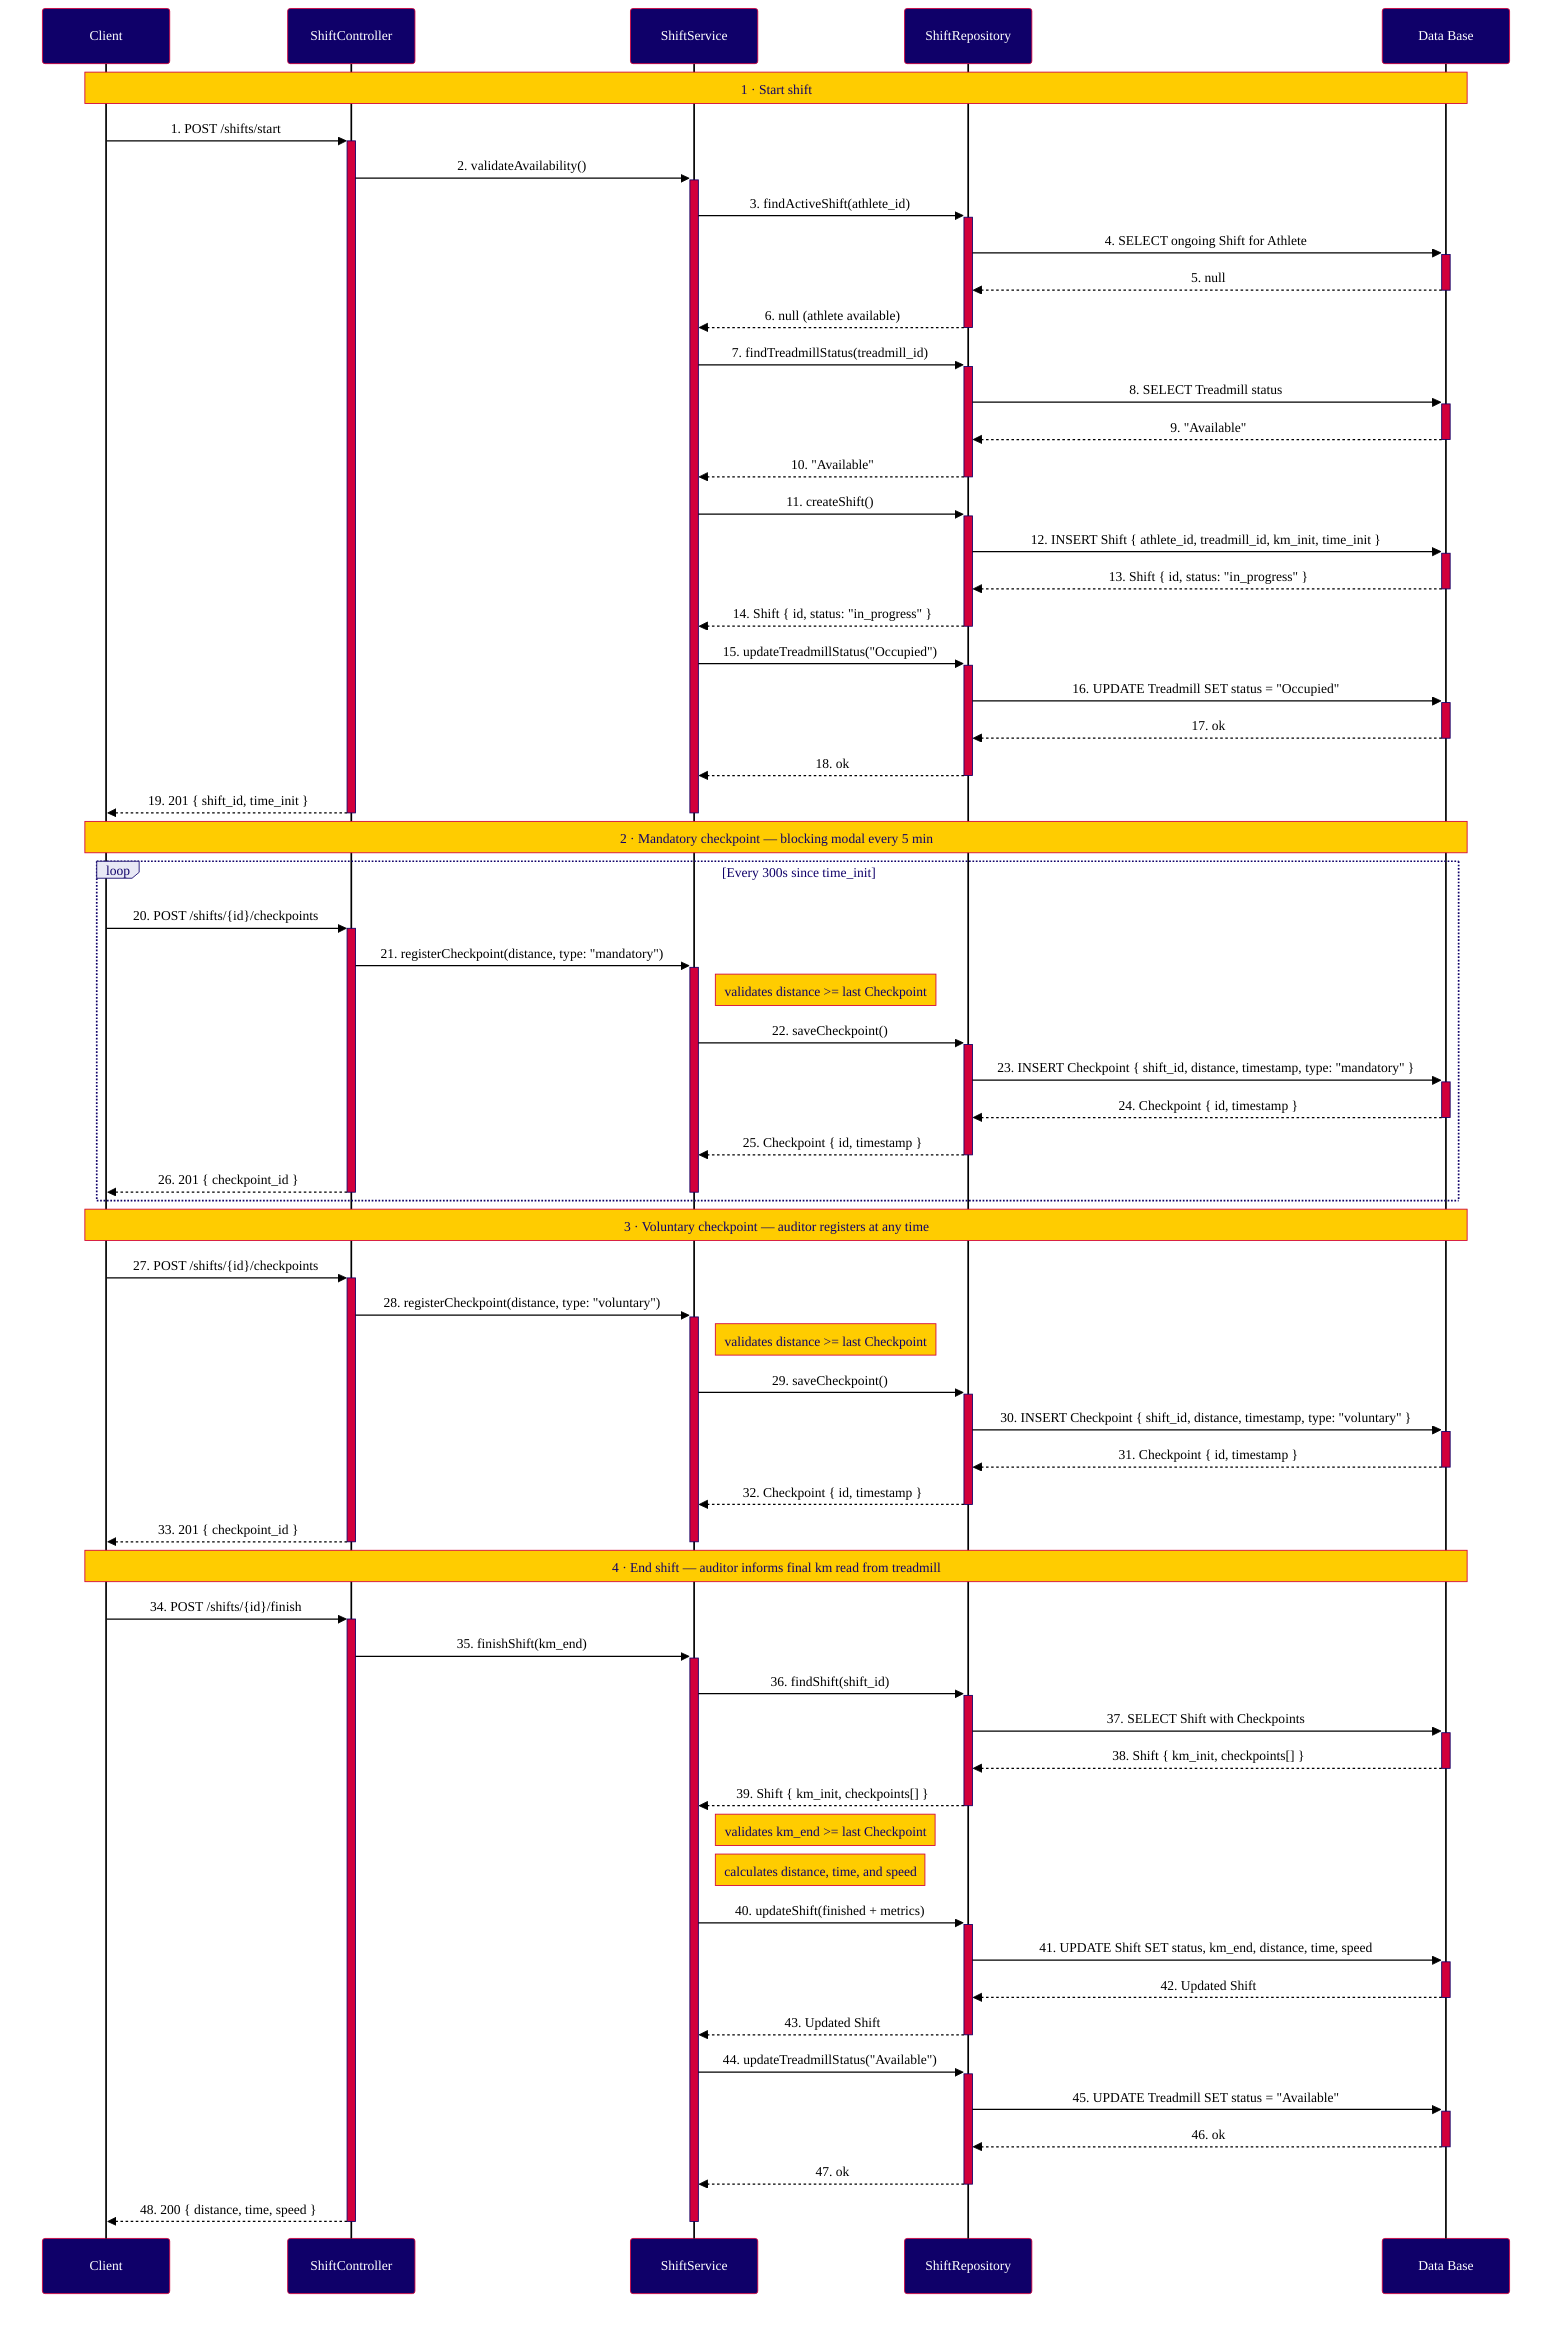
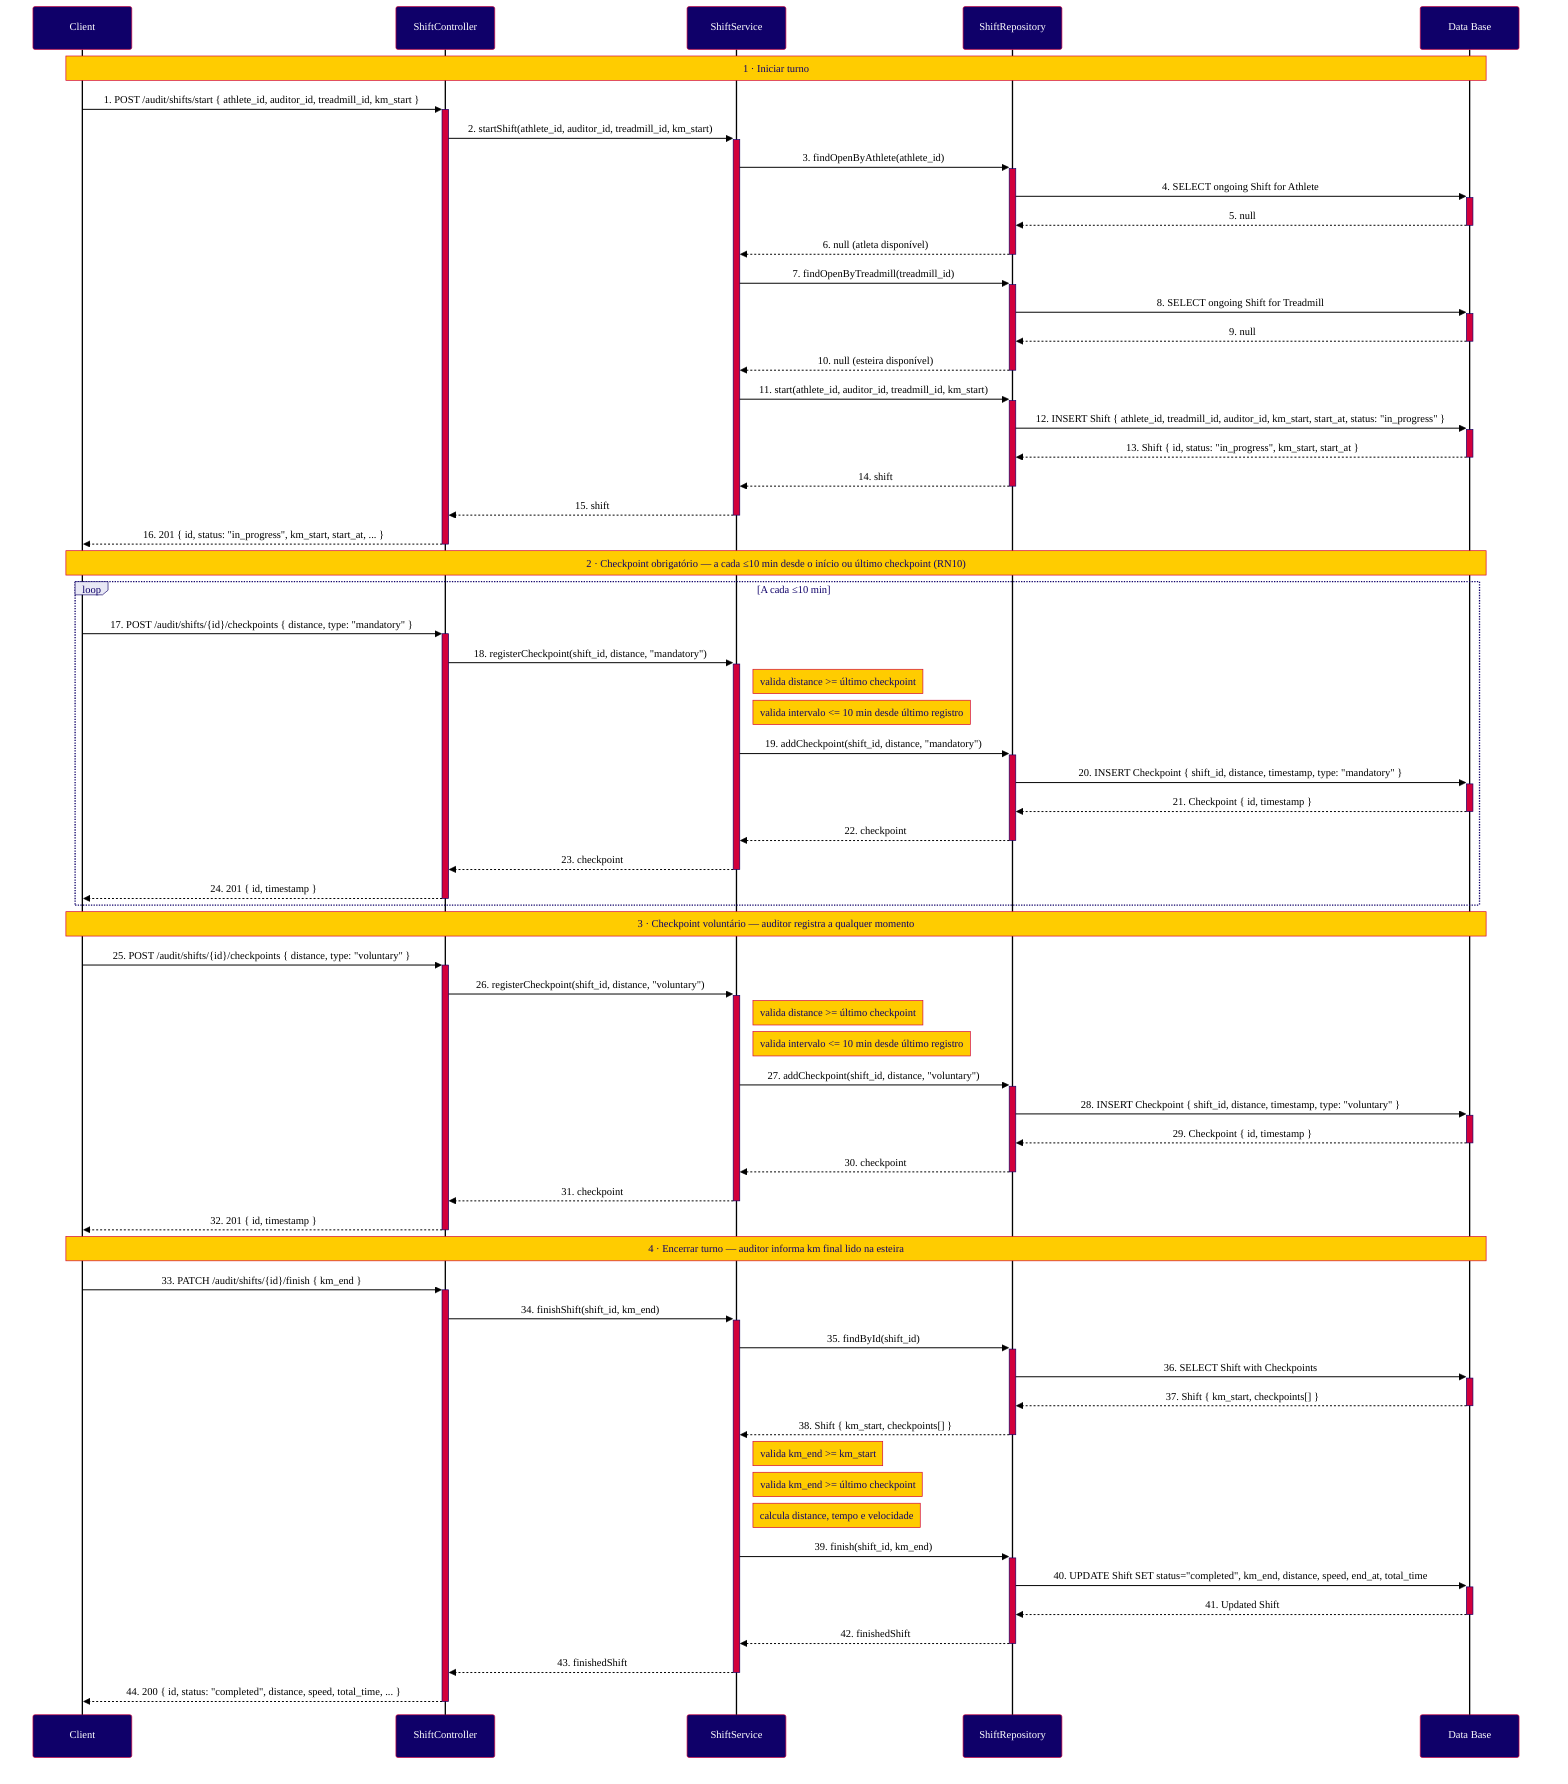

%%{init: {
  "theme": "base",
+   "background": "#ffffff",
  "themeVariables": {
    "primaryColor": "#0F0069",
    "primaryTextColor": "#FFFFFF",
    "primaryBorderColor": "#D2003C",
    "secondaryColor": "#D2003C",
    "secondaryTextColor": "#FFFFFF",
    "secondaryBorderColor": "#D2003C",
    "tertiaryColor": "#E8E8F5",
    "tertiaryTextColor": "#0F0069",
    "tertiaryBorderColor": "#0F0069",
    "noteBkgColor": "#FFCC00",
    "noteTextColor": "#0F0069",
    "noteBorderColor": "#D2003C",
    "activationBkgColor": "#D2003C",
    "activationBorderColor": "#0F0069",
    "actorBkg": "#0F0069",
    "actorTextColor": "#FFFFFF",
    "actorBorderColor": "#D2003C",
    "actorLineColor": "#000000",
    "signalColor": "#000000",
    "signalTextColor": "#000000",
    "labelBoxBkgColor": "#E8E8F5",
    "labelBoxBorderColor": "#0F0069",
    "labelTextColor": "#0F0069",
    "loopTextColor": "#0F0069",
    "fontFamily": "Arial, sans-serif",
    "fontSize": "14px",
    "background": "#FFFFFF"
  }
}}%%
sequenceDiagram
    participant C as Client
    participant CT as ShiftController
    participant TS as ShiftService
    participant TR as ShiftRepository
    participant DB as Data Base

-     Note over C,DB: 1 · Start shift
+     Note over C,DB: 1 · Iniciar turno

-     C->>+CT: 1. POST /shifts/start
-     CT->>+TS: 2. validateAvailability()
+     C->>+CT: 1. POST /audit/shifts/start { athlete_id, auditor_id, treadmill_id, km_start }
+     CT->>+TS: 2. startShift(athlete_id, auditor_id, treadmill_id, km_start)

-     TS->>+TR: 3. findActiveShift(athlete_id)
+     TS->>+TR: 3. findOpenByAthlete(athlete_id)
    TR->>+DB: 4. SELECT ongoing Shift for Athlete
    DB-->>-TR: 5. null
-     TR-->>-TS: 6. null (athlete available)
+     TR-->>-TS: 6. null (atleta disponível)

-     TS->>+TR: 7. findTreadmillStatus(treadmill_id)
-     TR->>+DB: 8. SELECT Treadmill status
-     DB-->>-TR: 9. "Available"
-     TR-->>-TS: 10. "Available"
+     TS->>+TR: 7. findOpenByTreadmill(treadmill_id)
+     TR->>+DB: 8. SELECT ongoing Shift for Treadmill
+     DB-->>-TR: 9. null
+     TR-->>-TS: 10. null (esteira disponível)

-     TS->>+TR: 11. createShift()
-     TR->>+DB: 12. INSERT Shift { athlete_id, treadmill_id, km_init, time_init }
-     DB-->>-TR: 13. Shift { id, status: "in_progress" }
-     TR-->>-TS: 14. Shift { id, status: "in_progress" }
+     TS->>+TR: 11. start(athlete_id, auditor_id, treadmill_id, km_start)
+     TR->>+DB: 12. INSERT Shift { athlete_id, treadmill_id, auditor_id, km_start, start_at, status: "in_progress" }
+     DB-->>-TR: 13. Shift { id, status: "in_progress", km_start, start_at }
+     TR-->>-TS: 14. shift
+     TS-->>-CT: 15. shift
+     CT-->>-C: 16. 201 { id, status: "in_progress", km_start, start_at, ... }

-     TS->>+TR: 15. updateTreadmillStatus("Occupied")
-     TR->>+DB: 16. UPDATE Treadmill SET status = "Occupied"
-     DB-->>-TR: 17. ok
-     TR-->>-TS: 18. ok
+     Note over C,DB: 2 · Checkpoint obrigatório — a cada ≤10 min desde o início ou último checkpoint (RN10)

-     CT-->>-C: 19. 201 { shift_id, time_init }
-     deactivate TS
+     loop A cada ≤10 min
+         C->>+CT: 17. POST /audit/shifts/{id}/checkpoints { distance, type: "mandatory" }
+         CT->>+TS: 18. registerCheckpoint(shift_id, distance, "mandatory")

-     Note over C,DB: 2 · Mandatory checkpoint — blocking modal every 5 min
+         Note right of TS: valida distance >= último checkpoint
+         Note right of TS: valida intervalo <= 10 min desde último registro

-     loop Every 300s since time_init
-         C->>+CT: 20. POST /shifts/{id}/checkpoints
-         CT->>+TS: 21. registerCheckpoint(distance, type: "mandatory")
- 
-         Note right of TS: validates distance >= last Checkpoint
- 
-         TS->>+TR: 22. saveCheckpoint()
-         TR->>+DB: 23. INSERT Checkpoint { shift_id, distance, timestamp, type: "mandatory" }
-         DB-->>-TR: 24. Checkpoint { id, timestamp }
-         TR-->>-TS: 25. Checkpoint { id, timestamp }
- 
-         CT-->>-C: 26. 201 { checkpoint_id }
-         deactivate TS
+         TS->>+TR: 19. addCheckpoint(shift_id, distance, "mandatory")
+         TR->>+DB: 20. INSERT Checkpoint { shift_id, distance, timestamp, type: "mandatory" }
+         DB-->>-TR: 21. Checkpoint { id, timestamp }
+         TR-->>-TS: 22. checkpoint
+         TS-->>-CT: 23. checkpoint
+         CT-->>-C: 24. 201 { id, timestamp }
    end

-     Note over C,DB: 3 · Voluntary checkpoint — auditor registers at any time
+     Note over C,DB: 3 · Checkpoint voluntário — auditor registra a qualquer momento

-     C->>+CT: 27. POST /shifts/{id}/checkpoints
-     CT->>+TS: 28. registerCheckpoint(distance, type: "voluntary")
+     C->>+CT: 25. POST /audit/shifts/{id}/checkpoints { distance, type: "voluntary" }
+     CT->>+TS: 26. registerCheckpoint(shift_id, distance, "voluntary")

-     Note right of TS: validates distance >= last Checkpoint
+     Note right of TS: valida distance >= último checkpoint
+     Note right of TS: valida intervalo <= 10 min desde último registro

-     TS->>+TR: 29. saveCheckpoint()
-     TR->>+DB: 30. INSERT Checkpoint { shift_id, distance, timestamp, type: "voluntary" }
-     DB-->>-TR: 31. Checkpoint { id, timestamp }
-     TR-->>-TS: 32. Checkpoint { id, timestamp }
+     TS->>+TR: 27. addCheckpoint(shift_id, distance, "voluntary")
+     TR->>+DB: 28. INSERT Checkpoint { shift_id, distance, timestamp, type: "voluntary" }
+     DB-->>-TR: 29. Checkpoint { id, timestamp }
+     TR-->>-TS: 30. checkpoint
+     TS-->>-CT: 31. checkpoint
+     CT-->>-C: 32. 201 { id, timestamp }

-     CT-->>-C: 33. 201 { checkpoint_id }
-     deactivate TS
+     Note over C,DB: 4 · Encerrar turno — auditor informa km final lido na esteira

-     Note over C,DB: 4 · End shift — auditor informs final km read from treadmill
+     C->>+CT: 33. PATCH /audit/shifts/{id}/finish { km_end }
+     CT->>+TS: 34. finishShift(shift_id, km_end)

-     C->>+CT: 34. POST /shifts/{id}/finish
-     CT->>+TS: 35. finishShift(km_end)
+     TS->>+TR: 35. findById(shift_id)
+     TR->>+DB: 36. SELECT Shift with Checkpoints
+     DB-->>-TR: 37. Shift { km_start, checkpoints[] }
+     TR-->>-TS: 38. Shift { km_start, checkpoints[] }

-     TS->>+TR: 36. findShift(shift_id)
-     TR->>+DB: 37. SELECT Shift with Checkpoints
-     DB-->>-TR: 38. Shift { km_init, checkpoints[] }
-     TR-->>-TS: 39. Shift { km_init, checkpoints[] }
+     Note right of TS: valida km_end >= km_start
+     Note right of TS: valida km_end >= último checkpoint
+     Note right of TS: calcula distance, tempo e velocidade

-     Note right of TS: validates km_end >= last Checkpoint
-     Note right of TS: calculates distance, time, and speed
- 
-     TS->>+TR: 40. updateShift(finished + metrics)
-     TR->>+DB: 41. UPDATE Shift SET status, km_end, distance, time, speed
-     DB-->>-TR: 42. Updated Shift
-     TR-->>-TS: 43. Updated Shift
- 
-     TS->>+TR: 44. updateTreadmillStatus("Available")
-     TR->>+DB: 45. UPDATE Treadmill SET status = "Available"
-     DB-->>-TR: 46. ok
-     TR-->>-TS: 47. ok
- 
-     CT-->>-C: 48. 200 { distance, time, speed }
-     deactivate TS+     TS->>+TR: 39. finish(shift_id, km_end)
+     TR->>+DB: 40. UPDATE Shift SET status="completed", km_end, distance, speed, end_at, total_time
+     DB-->>-TR: 41. Updated Shift
+     TR-->>-TS: 42. finishedShift
+     TS-->>-CT: 43. finishedShift
+     CT-->>-C: 44. 200 { id, status: "completed", distance, speed, total_time, ... }
